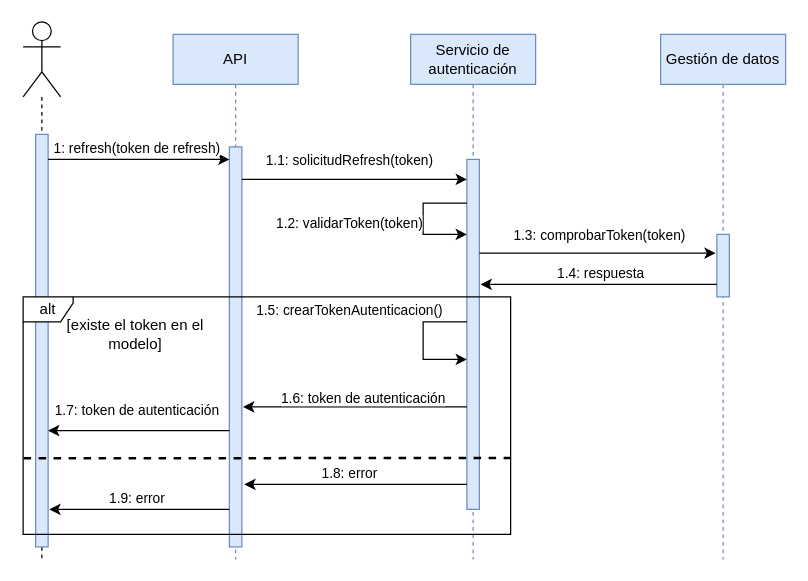
Above: diseno/sistema/DS/refresh.drawio in corderop/TFG (draw.io), before the change. Source tidied: cells renumbered, new cells numbered last; positions are measured from the earlier drawing's top-left corner, leaving out a move shared by most shapes. Both pictures are drawn from the tidied source at 125%, with x=0, y=0 at pixel (22, 21).
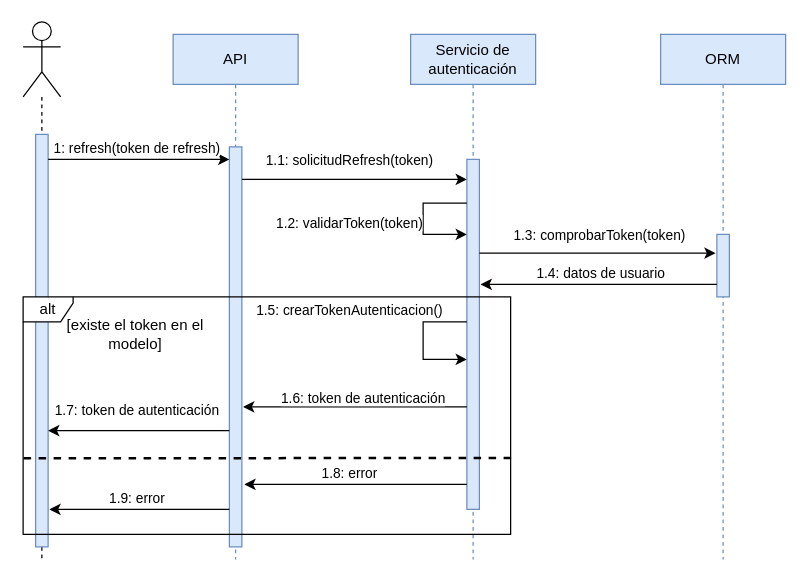
The same page after the edit.

The change refers to these unchanged cells:
```xml
<mxCell id="20" style="edgeStyle=orthogonalEdgeStyle;rounded=0;jettySize=auto;html=1;" parent="1" edge="1" source="13">
  <mxGeometry relative="1" as="geometry">
    <mxPoint x="366" y="210" as="targetPoint" />
    <Array as="points">
      <mxPoint x="366" y="210" />
    </Array>
  </mxGeometry>
</mxCell>
```

Diff of the diagram source:
```diff
@@
-    <mxCell id="12" value="Gestión de datos" style="shape=umlLifeline;perimeter=lifelinePerimeter;whiteSpace=wrap;html=1;fillColor=#dae8fc;strokeColor=#6c8ebf;" parent="1" vertex="1">
+    <mxCell id="12" value="ORM" style="shape=umlLifeline;perimeter=lifelinePerimeter;whiteSpace=wrap;html=1;fillColor=#dae8fc;strokeColor=#6c8ebf;" parent="1" vertex="1">
       <mxGeometry x="510" y="10" width="100" height="420" as="geometry" />
     </mxCell>
@@
-    <mxCell id="21" value="1.4: respuesta" style="edgeLabel;html=1;align=center;verticalAlign=middle;" parent="20" vertex="1">
+    <mxCell id="21" value="1.4: datos de usuario" style="edgeLabel;html=1;align=center;verticalAlign=middle;" parent="20" vertex="1">
       <mxGeometry x="0.22" y="-2" relative="1" as="geometry">
         <mxPoint x="21" y="-8" as="offset" />
       </mxGeometry>
     </mxCell>
```
